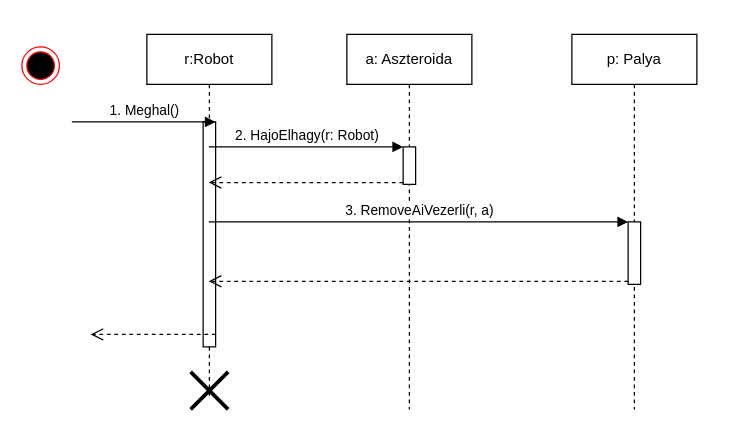
torpeBoiGo/aszteroidabanyaszat keeps this draw.io diagram as doc/uml/robot meghal.drawio. Above is the earlier version. Source tidied: cells renumbered, new cells numbered last; positions are measured from the earlier drawing's top-left corner, leaving out a move shared by most shapes. Both pictures are drawn from the tidied source at 125%, with x=0, y=0 at pixel (21, 34).
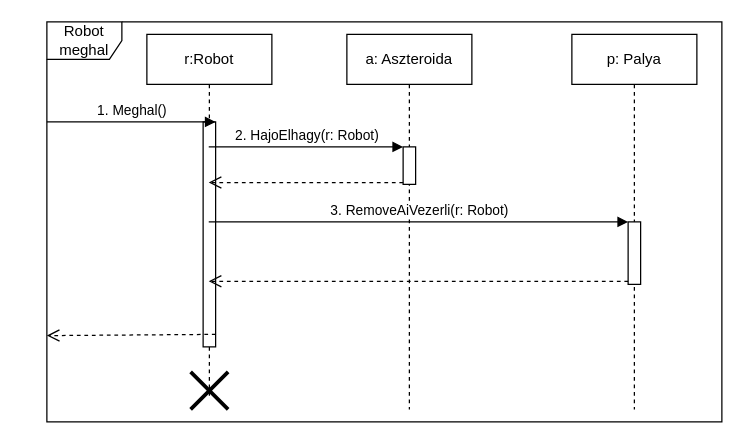
The same page after the edit.

The edit, as a diff of the source:
```diff
@@
 <mxGraphModel>
   <root>
     <mxCell id="0" />
     <mxCell id="1" parent="0" />
+    <mxCell id="16" value="Robot meghal" style="shape=umlFrame;whiteSpace=wrap;html=1;" parent="1" vertex="1">
+      <mxGeometry x="20" y="-10" width="540" height="320" as="geometry" />
+    </mxCell>
     <mxCell id="2" value="r:Robot" style="shape=umlLifeline;perimeter=lifelinePerimeter;whiteSpace=wrap;html=1;outlineConnect=0;" parent="1" vertex="1">
       <mxGeometry x="100" width="100" height="290" as="geometry" />
     </mxCell>
     <mxCell id="3" style="html=1;points=[];perimeter=orthogonalPerimeter;" parent="2" vertex="1">
       <mxGeometry x="45" y="70" width="10" height="180" as="geometry" />
     </mxCell>
-    <mxCell id="4" value="1. Meghal()" style="html=1;verticalAlign=bottom;endArrow=block;entryX=1;entryY=0;" parent="2" edge="1" target="3">
-      <mxGeometry relative="1" as="geometry">
-        <mxPoint x="-60" y="70" as="sourcePoint" />
-      </mxGeometry>
-    </mxCell>
     <mxCell id="5" style="html=1;verticalAlign=bottom;endArrow=open;dashed=1;endSize=8;" parent="2" edge="1">
       <mxGeometry x="0.65" y="-67" relative="1" as="geometry">
         <mxPoint x="55" y="240" as="sourcePoint" />
-        <mxPoint x="-45" y="240" as="targetPoint" />
+        <mxPoint x="-80" y="241" as="targetPoint" />
       </mxGeometry>
     </mxCell>
     <mxCell id="6" style="shape=umlDestroy;whiteSpace=wrap;html=1;strokeWidth=3;" parent="2" vertex="1">
       <mxGeometry x="35" y="270" width="30" height="30" as="geometry" />
     </mxCell>
     <mxCell id="7" value="a: Aszteroida" style="shape=umlLifeline;perimeter=lifelinePerimeter;whiteSpace=wrap;html=1;" parent="1" vertex="1">
       <mxGeometry x="260" width="100" height="300" as="geometry" />
     </mxCell>
     <mxCell id="8" style="html=1;points=[];perimeter=orthogonalPerimeter;" parent="7" vertex="1">
       <mxGeometry x="45" y="90" width="10" height="30" as="geometry" />
     </mxCell>
     <mxCell id="9" value="2. HajoElhagy(r: Robot)" style="html=1;verticalAlign=bottom;endArrow=block;entryX=0;entryY=0;" parent="1" edge="1" source="2" target="8">
       <mxGeometry relative="1" as="geometry">
         <Array as="points">
           <mxPoint x="240" y="90" />
         </Array>
       </mxGeometry>
     </mxCell>
     <mxCell id="10" style="html=1;verticalAlign=bottom;endArrow=open;dashed=1;endSize=8;exitX=0;exitY=0.95;" parent="1" edge="1" source="8" target="2">
       <mxGeometry relative="1" as="geometry" />
     </mxCell>
     <mxCell id="11" value="p: Palya" style="shape=umlLifeline;perimeter=lifelinePerimeter;whiteSpace=wrap;html=1;" parent="1" vertex="1">
       <mxGeometry x="440" width="100" height="300" as="geometry" />
     </mxCell>
     <mxCell id="12" style="html=1;points=[];perimeter=orthogonalPerimeter;" parent="11" vertex="1">
       <mxGeometry x="45" y="150" width="10" height="50" as="geometry" />
     </mxCell>
-    <mxCell id="13" value="3. RemoveAiVezerli(r, a)" style="html=1;verticalAlign=bottom;endArrow=block;entryX=0;entryY=0;" parent="1" edge="1" source="2" target="12">
+    <mxCell id="13" value="3. RemoveAiVezerli(r: Robot)" style="html=1;verticalAlign=bottom;endArrow=block;entryX=0;entryY=0;" parent="1" edge="1" source="2" target="12">
       <mxGeometry relative="1" as="geometry" />
     </mxCell>
     <mxCell id="14" style="html=1;verticalAlign=bottom;endArrow=open;dashed=1;endSize=8;exitX=0;exitY=0.95;" parent="1" edge="1" source="12" target="2">
       <mxGeometry x="-0.2" y="62" relative="1" as="geometry" />
     </mxCell>
-    <mxCell id="15" style="ellipse;html=1;shape=endState;fillColor=#000000;strokeColor=#ff0000;" parent="1" vertex="1">
-      <mxGeometry y="10" width="30" height="30" as="geometry" />
-    </mxCell>
+    <mxCell id="4" value="1. Meghal()" style="html=1;verticalAlign=bottom;endArrow=block;entryX=1;entryY=0;exitX=0;exitY=0.25;exitDx=0;exitDy=0;exitPerimeter=0;" parent="1" edge="1" source="16" target="3">
+      <mxGeometry relative="1" as="geometry" />
+    </mxCell>
   </root>
 </mxGraphModel>
```
